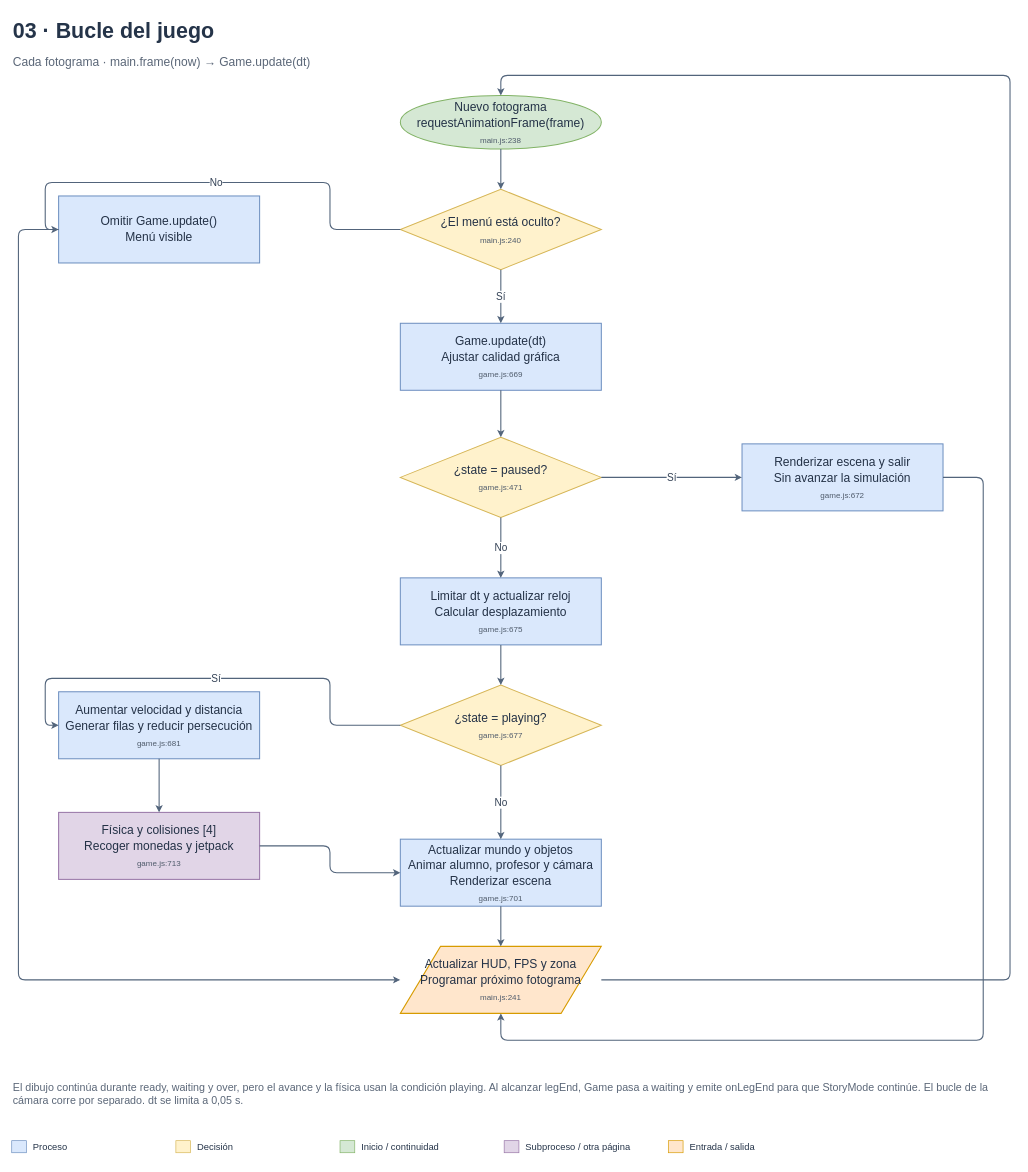
Earlier version of the draw.io diagram page "03 · Bucle del juego" (3 of 6) of docs/diagrama-flujo.drawio (SESELOVSKYDarian/SubwaySurferReal). Source tidied: cells renumbered, new cells numbered last; positions are measured from the earlier drawing's top-left corner, leaving out a move shared by most shapes. Both pictures are drawn from the tidied source at 67%, with x=0, y=0 at pixel (11, 11).
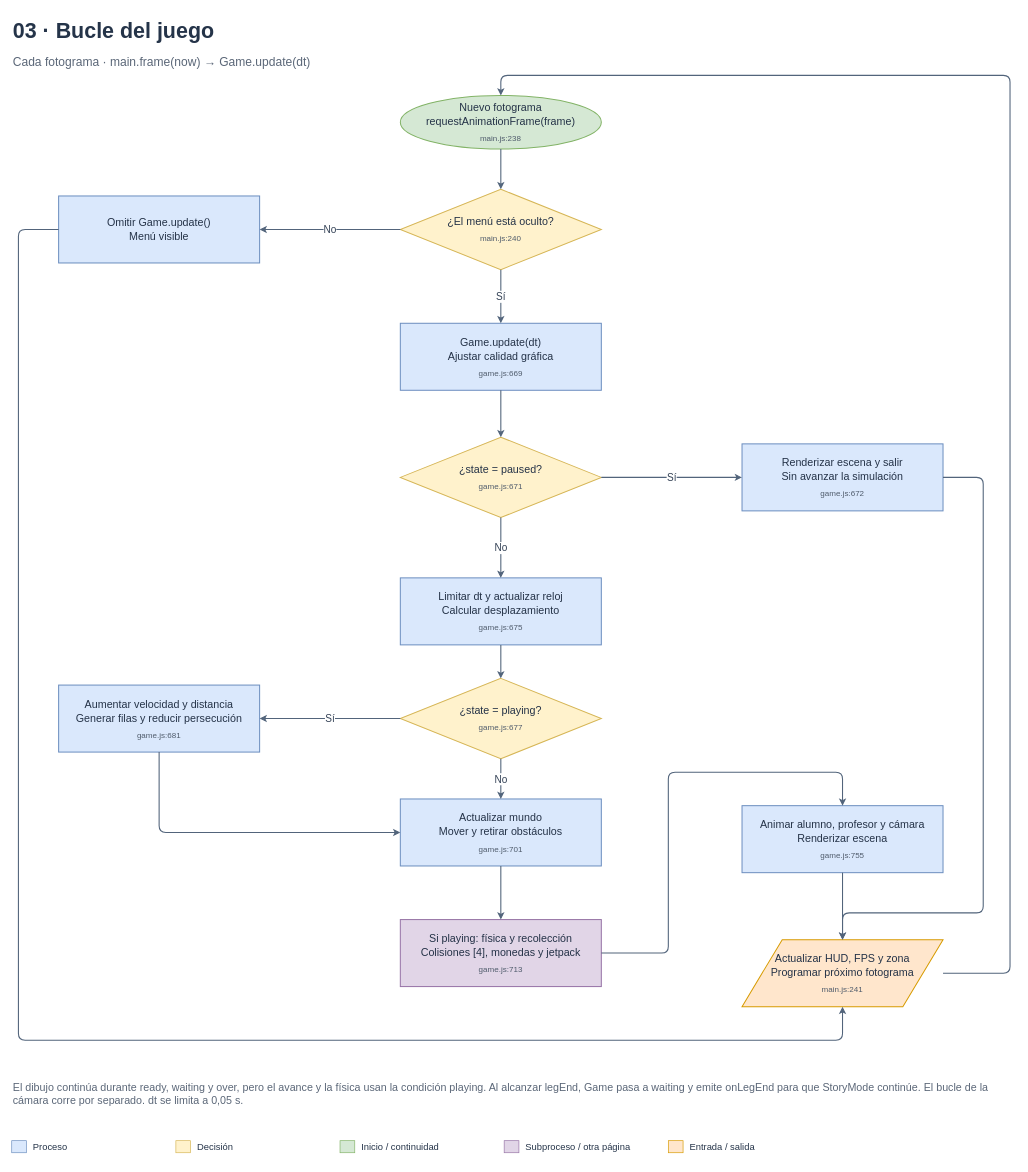
The same page after the edit.

Diff of the diagram source:
```diff
@@
-    <mxCell id="4" value="&lt;div style=&quot;font-size:18px;line-height:1.3&quot;&gt;Nuevo fotograma&lt;br&gt;requestAnimationFrame(frame)&lt;/div&gt;&lt;div style=&quot;font-size:12px;color:#4f5b6b;margin-top:7px&quot;&gt;main.js:238&lt;/div&gt;" style="ellipse;whiteSpace=wrap;html=1;fillColor=#d5e8d4;strokeColor=#82b366;strokeWidth=1.5;fontFamily=Helvetica;fontSize=18;fontColor=#243247;spacing=10;" parent="1" vertex="1">
+    <mxCell id="4" value="&lt;div style=&quot;font-size:16px;line-height:1.3&quot;&gt;Nuevo fotograma&lt;br&gt;requestAnimationFrame(frame)&lt;/div&gt;&lt;div style=&quot;font-size:12px;color:#4f5b6b;margin-top:7px&quot;&gt;main.js:238&lt;/div&gt;" style="ellipse;whiteSpace=wrap;html=1;fillColor=#d5e8d4;strokeColor=#82b366;strokeWidth=1.5;fontFamily=Helvetica;fontSize=18;fontColor=#243247;spacing=10;" parent="1" vertex="1">
       <mxGeometry x="580" y="125" width="300" height="80" as="geometry" />
     </mxCell>
-    <mxCell id="5" value="&lt;div style=&quot;font-size:18px;line-height:1.3&quot;&gt;¿El menú está oculto?&lt;/div&gt;&lt;div style=&quot;font-size:12px;color:#4f5b6b;margin-top:7px&quot;&gt;main.js:240&lt;/div&gt;" style="rhombus;whiteSpace=wrap;html=1;fillColor=#fff2cc;strokeColor=#d6b656;strokeWidth=1.5;fontFamily=Helvetica;fontSize=18;fontColor=#243247;spacing=10;" parent="1" vertex="1">
+    <mxCell id="5" value="&lt;div style=&quot;font-size:16px;line-height:1.3&quot;&gt;¿El menú está oculto?&lt;/div&gt;&lt;div style=&quot;font-size:12px;color:#4f5b6b;margin-top:7px&quot;&gt;main.js:240&lt;/div&gt;" style="rhombus;whiteSpace=wrap;html=1;fillColor=#fff2cc;strokeColor=#d6b656;strokeWidth=1.5;fontFamily=Helvetica;fontSize=18;fontColor=#243247;spacing=10;" parent="1" vertex="1">
       <mxGeometry x="580" y="265" width="300" height="120" as="geometry" />
     </mxCell>
-    <mxCell id="6" value="&lt;div style=&quot;font-size:18px;line-height:1.3&quot;&gt;Omitir Game.update()&lt;br&gt;Menú visible&lt;/div&gt;" style="rounded=0;whiteSpace=wrap;html=1;fillColor=#dae8fc;strokeColor=#6c8ebf;strokeWidth=1.5;fontFamily=Helvetica;fontSize=18;fontColor=#243247;spacing=10;" parent="1" vertex="1">
+    <mxCell id="6" value="&lt;div style=&quot;font-size:16px;line-height:1.3&quot;&gt;Omitir Game.update()&lt;br&gt;Menú visible&lt;/div&gt;" style="rounded=0;whiteSpace=wrap;html=1;fillColor=#dae8fc;strokeColor=#6c8ebf;strokeWidth=1.5;fontFamily=Helvetica;fontSize=18;fontColor=#243247;spacing=10;" parent="1" vertex="1">
       <mxGeometry x="70" y="275" width="300" height="100" as="geometry" />
     </mxCell>
-    <mxCell id="7" value="&lt;div style=&quot;font-size:18px;line-height:1.3&quot;&gt;Game.update(dt)&lt;br&gt;Ajustar calidad gráfica&lt;/div&gt;&lt;div style=&quot;font-size:12px;color:#4f5b6b;margin-top:7px&quot;&gt;game.js:669&lt;/div&gt;" style="rounded=0;whiteSpace=wrap;html=1;fillColor=#dae8fc;strokeColor=#6c8ebf;strokeWidth=1.5;fontFamily=Helvetica;fontSize=18;fontColor=#243247;spacing=10;" parent="1" vertex="1">
+    <mxCell id="7" value="&lt;div style=&quot;font-size:16px;line-height:1.3&quot;&gt;Game.update(dt)&lt;br&gt;Ajustar calidad gráfica&lt;/div&gt;&lt;div style=&quot;font-size:12px;color:#4f5b6b;margin-top:7px&quot;&gt;game.js:669&lt;/div&gt;" style="rounded=0;whiteSpace=wrap;html=1;fillColor=#dae8fc;strokeColor=#6c8ebf;strokeWidth=1.5;fontFamily=Helvetica;fontSize=18;fontColor=#243247;spacing=10;" parent="1" vertex="1">
       <mxGeometry x="580" y="465" width="300" height="100" as="geometry" />
     </mxCell>
-    <mxCell id="8" value="&lt;div style=&quot;font-size:18px;line-height:1.3&quot;&gt;¿state = paused?&lt;/div&gt;&lt;div style=&quot;font-size:12px;color:#4f5b6b;margin-top:7px&quot;&gt;game.js:471&lt;/div&gt;" style="rhombus;whiteSpace=wrap;html=1;fillColor=#fff2cc;strokeColor=#d6b656;strokeWidth=1.5;fontFamily=Helvetica;fontSize=18;fontColor=#243247;spacing=10;" parent="1" vertex="1">
+    <mxCell id="8" value="&lt;div style=&quot;font-size:16px;line-height:1.3&quot;&gt;¿state = paused?&lt;/div&gt;&lt;div style=&quot;font-size:12px;color:#4f5b6b;margin-top:7px&quot;&gt;game.js:671&lt;/div&gt;" style="rhombus;whiteSpace=wrap;html=1;fillColor=#fff2cc;strokeColor=#d6b656;strokeWidth=1.5;fontFamily=Helvetica;fontSize=18;fontColor=#243247;spacing=10;" parent="1" vertex="1">
       <mxGeometry x="580" y="635" width="300" height="120" as="geometry" />
     </mxCell>
-    <mxCell id="9" value="&lt;div style=&quot;font-size:18px;line-height:1.3&quot;&gt;Renderizar escena y salir&lt;br&gt;Sin avanzar la simulación&lt;/div&gt;&lt;div style=&quot;font-size:12px;color:#4f5b6b;margin-top:7px&quot;&gt;game.js:672&lt;/div&gt;" style="rounded=0;whiteSpace=wrap;html=1;fillColor=#dae8fc;strokeColor=#6c8ebf;strokeWidth=1.5;fontFamily=Helvetica;fontSize=18;fontColor=#243247;spacing=10;" parent="1" vertex="1">
+    <mxCell id="9" value="&lt;div style=&quot;font-size:16px;line-height:1.3&quot;&gt;Renderizar escena y salir&lt;br&gt;Sin avanzar la simulación&lt;/div&gt;&lt;div style=&quot;font-size:12px;color:#4f5b6b;margin-top:7px&quot;&gt;game.js:672&lt;/div&gt;" style="rounded=0;whiteSpace=wrap;html=1;fillColor=#dae8fc;strokeColor=#6c8ebf;strokeWidth=1.5;fontFamily=Helvetica;fontSize=18;fontColor=#243247;spacing=10;" parent="1" vertex="1">
       <mxGeometry x="1090" y="645" width="300" height="100" as="geometry" />
     </mxCell>
-    <mxCell id="10" value="&lt;div style=&quot;font-size:18px;line-height:1.3&quot;&gt;Limitar dt y actualizar reloj&lt;br&gt;Calcular desplazamiento&lt;/div&gt;&lt;div style=&quot;font-size:12px;color:#4f5b6b;margin-top:7px&quot;&gt;game.js:675&lt;/div&gt;" style="rounded=0;whiteSpace=wrap;html=1;fillColor=#dae8fc;strokeColor=#6c8ebf;strokeWidth=1.5;fontFamily=Helvetica;fontSize=18;fontColor=#243247;spacing=10;" parent="1" vertex="1">
+    <mxCell id="10" value="&lt;div style=&quot;font-size:16px;line-height:1.3&quot;&gt;Limitar dt y actualizar reloj&lt;br&gt;Calcular desplazamiento&lt;/div&gt;&lt;div style=&quot;font-size:12px;color:#4f5b6b;margin-top:7px&quot;&gt;game.js:675&lt;/div&gt;" style="rounded=0;whiteSpace=wrap;html=1;fillColor=#dae8fc;strokeColor=#6c8ebf;strokeWidth=1.5;fontFamily=Helvetica;fontSize=18;fontColor=#243247;spacing=10;" parent="1" vertex="1">
       <mxGeometry x="580" y="845" width="300" height="100" as="geometry" />
     </mxCell>
-    <mxCell id="11" value="&lt;div style=&quot;font-size:18px;line-height:1.3&quot;&gt;¿state = playing?&lt;/div&gt;&lt;div style=&quot;font-size:12px;color:#4f5b6b;margin-top:7px&quot;&gt;game.js:677&lt;/div&gt;" style="rhombus;whiteSpace=wrap;html=1;fillColor=#fff2cc;strokeColor=#d6b656;strokeWidth=1.5;fontFamily=Helvetica;fontSize=18;fontColor=#243247;spacing=10;" parent="1" vertex="1">
-      <mxGeometry x="580" y="1005" width="300" height="120" as="geometry" />
+    <mxCell id="11" value="&lt;div style=&quot;font-size:16px;line-height:1.3&quot;&gt;¿state = playing?&lt;/div&gt;&lt;div style=&quot;font-size:12px;color:#4f5b6b;margin-top:7px&quot;&gt;game.js:677&lt;/div&gt;" style="rhombus;whiteSpace=wrap;html=1;fillColor=#fff2cc;strokeColor=#d6b656;strokeWidth=1.5;fontFamily=Helvetica;fontSize=18;fontColor=#243247;spacing=10;" parent="1" vertex="1">
+      <mxGeometry x="580" y="995" width="300" height="120" as="geometry" />
     </mxCell>
-    <mxCell id="12" value="&lt;div style=&quot;font-size:18px;line-height:1.3&quot;&gt;Aumentar velocidad y distancia&lt;br&gt;Generar filas y reducir persecución&lt;/div&gt;&lt;div style=&quot;font-size:12px;color:#4f5b6b;margin-top:7px&quot;&gt;game.js:681&lt;/div&gt;" style="rounded=0;whiteSpace=wrap;html=1;fillColor=#dae8fc;strokeColor=#6c8ebf;strokeWidth=1.5;fontFamily=Helvetica;fontSize=18;fontColor=#243247;spacing=10;" parent="1" vertex="1">
-      <mxGeometry x="70" y="1015" width="300" height="100" as="geometry" />
+    <mxCell id="12" value="&lt;div style=&quot;font-size:16px;line-height:1.3&quot;&gt;Aumentar velocidad y distancia&lt;br&gt;Generar filas y reducir persecución&lt;/div&gt;&lt;div style=&quot;font-size:12px;color:#4f5b6b;margin-top:7px&quot;&gt;game.js:681&lt;/div&gt;" style="rounded=0;whiteSpace=wrap;html=1;fillColor=#dae8fc;strokeColor=#6c8ebf;strokeWidth=1.5;fontFamily=Helvetica;fontSize=18;fontColor=#243247;spacing=10;" parent="1" vertex="1">
+      <mxGeometry x="70" y="1005" width="300" height="100" as="geometry" />
     </mxCell>
+    <mxCell id="42" value="&lt;div style=&quot;font-size:16px;line-height:1.3&quot;&gt;Actualizar mundo&lt;br&gt;Mover y retirar obstáculos&lt;/div&gt;&lt;div style=&quot;font-size:12px;color:#4f5b6b;margin-top:7px&quot;&gt;game.js:701&lt;/div&gt;" style="rounded=0;whiteSpace=wrap;html=1;fillColor=#dae8fc;strokeColor=#6c8ebf;strokeWidth=1.5;fontFamily=Helvetica;fontSize=18;fontColor=#243247;spacing=10;" parent="1" vertex="1">
+      <mxGeometry x="580" y="1175" width="300" height="100" as="geometry" />
+    </mxCell>
-    <mxCell id="13" value="&lt;div style=&quot;font-size:18px;line-height:1.3&quot;&gt;Física y colisiones [4]&lt;br&gt;Recoger monedas y jetpack&lt;/div&gt;&lt;div style=&quot;font-size:12px;color:#4f5b6b;margin-top:7px&quot;&gt;game.js:713&lt;/div&gt;" style="rounded=0;whiteSpace=wrap;html=1;fillColor=#e1d5e7;strokeColor=#9673a6;strokeWidth=1.5;fontFamily=Helvetica;fontSize=18;fontColor=#243247;spacing=10;" parent="1" vertex="1">
-      <mxGeometry x="70" y="1195" width="300" height="100" as="geometry" />
+    <mxCell id="13" value="&lt;div style=&quot;font-size:16px;line-height:1.3&quot;&gt;Si playing: física y recolección&lt;br&gt;Colisiones [4], monedas y jetpack&lt;/div&gt;&lt;div style=&quot;font-size:12px;color:#4f5b6b;margin-top:7px&quot;&gt;game.js:713&lt;/div&gt;" style="rounded=0;whiteSpace=wrap;html=1;fillColor=#e1d5e7;strokeColor=#9673a6;strokeWidth=1.5;fontFamily=Helvetica;fontSize=18;fontColor=#243247;spacing=10;" parent="1" vertex="1">
+      <mxGeometry x="580" y="1355" width="300" height="100" as="geometry" />
     </mxCell>
-    <mxCell id="14" value="&lt;div style=&quot;font-size:18px;line-height:1.3&quot;&gt;Actualizar mundo y objetos&lt;br&gt;Animar alumno, profesor y cámara&lt;br&gt;Renderizar escena&lt;/div&gt;&lt;div style=&quot;font-size:12px;color:#4f5b6b;margin-top:7px&quot;&gt;game.js:701&lt;/div&gt;" style="rounded=0;whiteSpace=wrap;html=1;fillColor=#dae8fc;strokeColor=#6c8ebf;strokeWidth=1.5;fontFamily=Helvetica;fontSize=18;fontColor=#243247;spacing=10;" parent="1" vertex="1">
-      <mxGeometry x="580" y="1235" width="300" height="100" as="geometry" />
+    <mxCell id="14" value="&lt;div style=&quot;font-size:16px;line-height:1.3&quot;&gt;Animar alumno, profesor y cámara&lt;br&gt;Renderizar escena&lt;/div&gt;&lt;div style=&quot;font-size:12px;color:#4f5b6b;margin-top:7px&quot;&gt;game.js:755&lt;/div&gt;" style="rounded=0;whiteSpace=wrap;html=1;fillColor=#dae8fc;strokeColor=#6c8ebf;strokeWidth=1.5;fontFamily=Helvetica;fontSize=18;fontColor=#243247;spacing=10;" parent="1" vertex="1">
+      <mxGeometry x="1090" y="1185" width="300" height="100" as="geometry" />
     </mxCell>
-    <mxCell id="15" value="&lt;div style=&quot;font-size:18px;line-height:1.3&quot;&gt;Actualizar HUD, FPS y zona&lt;br&gt;Programar próximo fotograma&lt;/div&gt;&lt;div style=&quot;font-size:12px;color:#4f5b6b;margin-top:7px&quot;&gt;main.js:241&lt;/div&gt;" style="shape=parallelogram;whiteSpace=wrap;html=1;fillColor=#ffe6cc;strokeColor=#d79b00;strokeWidth=1.5;fontFamily=Helvetica;fontSize=18;fontColor=#243247;spacing=10;" parent="1" vertex="1">
-      <mxGeometry x="580" y="1395" width="300" height="100" as="geometry" />
+    <mxCell id="15" value="&lt;div style=&quot;font-size:16px;line-height:1.3&quot;&gt;Actualizar HUD, FPS y zona&lt;br&gt;Programar próximo fotograma&lt;/div&gt;&lt;div style=&quot;font-size:12px;color:#4f5b6b;margin-top:7px&quot;&gt;main.js:241&lt;/div&gt;" style="shape=parallelogram;whiteSpace=wrap;html=1;fillColor=#ffe6cc;strokeColor=#d79b00;strokeWidth=1.5;fontFamily=Helvetica;fontSize=18;fontColor=#243247;spacing=10;" parent="1" vertex="1">
+      <mxGeometry x="1090" y="1385" width="300" height="100" as="geometry" />
     </mxCell>
@@
-    <mxCell id="17" value="No" style="edgeStyle=orthogonalEdgeStyle;rounded=1;jettySize=auto;html=1;endArrow=classic;endFill=1;strokeColor=#52647b;strokeWidth=1.6;fontFamily=Helvetica;fontSize=15;fontColor=#334155;labelBackgroundColor=#ffffff;exitX=0;exitY=0.5;entryX=0;entryY=0.5;" parent="1" edge="1" source="5" target="6">
+    <mxCell id="17" value="No" style="edgeStyle=orthogonalEdgeStyle;rounded=1;jettySize=auto;html=1;endArrow=classic;endFill=1;strokeColor=#52647b;strokeWidth=1.6;fontFamily=Helvetica;fontSize=15;fontColor=#334155;labelBackgroundColor=#ffffff;exitX=0;exitY=0.5;entryX=1;entryY=0.5;" parent="1" edge="1" source="5" target="6">
       <mxGeometry relative="1" as="geometry" />
     </mxCell>
@@
-    <mxCell id="23" value="Sí" style="edgeStyle=orthogonalEdgeStyle;rounded=1;jettySize=auto;html=1;endArrow=classic;endFill=1;strokeColor=#52647b;strokeWidth=1.6;fontFamily=Helvetica;fontSize=15;fontColor=#334155;labelBackgroundColor=#ffffff;exitX=0;exitY=0.5;entryX=0;entryY=0.5;" parent="1" edge="1" source="11" target="12">
+    <mxCell id="23" value="Sí" style="edgeStyle=orthogonalEdgeStyle;rounded=1;jettySize=auto;html=1;endArrow=classic;endFill=1;strokeColor=#52647b;strokeWidth=1.6;fontFamily=Helvetica;fontSize=15;fontColor=#334155;labelBackgroundColor=#ffffff;exitX=0;exitY=0.5;entryX=1;entryY=0.5;" parent="1" edge="1" source="11" target="12">
       <mxGeometry relative="1" as="geometry" />
     </mxCell>
-    <mxCell id="24" style="edgeStyle=orthogonalEdgeStyle;rounded=1;jettySize=auto;html=1;endArrow=classic;endFill=1;strokeColor=#52647b;strokeWidth=1.6;fontFamily=Helvetica;fontSize=15;fontColor=#334155;labelBackgroundColor=#ffffff;exitX=0.5;exitY=1;entryX=0.5;entryY=0;" parent="1" edge="1" source="12" target="13">
-      <mxGeometry relative="1" as="geometry" />
+    <mxCell id="24" style="edgeStyle=orthogonalEdgeStyle;rounded=1;jettySize=auto;html=1;endArrow=classic;endFill=1;strokeColor=#52647b;strokeWidth=1.6;fontFamily=Helvetica;fontSize=15;fontColor=#334155;labelBackgroundColor=#ffffff;exitX=0.5;exitY=1;entryX=0;entryY=0.5;" parent="1" edge="1" source="12" target="42">
+      <mxGeometry relative="1" as="geometry">
+        <Array as="points">
+          <mxPoint x="220" y="1225" />
+        </Array>
+      </mxGeometry>
     </mxCell>
-    <mxCell id="25" value="No" style="edgeStyle=orthogonalEdgeStyle;rounded=1;jettySize=auto;html=1;endArrow=classic;endFill=1;strokeColor=#52647b;strokeWidth=1.6;fontFamily=Helvetica;fontSize=15;fontColor=#334155;labelBackgroundColor=#ffffff;exitX=0.5;exitY=1;entryX=0.5;entryY=0;" parent="1" edge="1" source="11" target="14">
+    <mxCell id="25" value="No" style="edgeStyle=orthogonalEdgeStyle;rounded=1;jettySize=auto;html=1;endArrow=classic;endFill=1;strokeColor=#52647b;strokeWidth=1.6;fontFamily=Helvetica;fontSize=15;fontColor=#334155;labelBackgroundColor=#ffffff;exitX=0.5;exitY=1;entryX=0.5;entryY=0;" parent="1" edge="1" source="11" target="42">
       <mxGeometry relative="1" as="geometry" />
     </mxCell>
-    <mxCell id="26" style="edgeStyle=orthogonalEdgeStyle;rounded=1;jettySize=auto;html=1;endArrow=classic;endFill=1;strokeColor=#52647b;strokeWidth=1.6;fontFamily=Helvetica;fontSize=15;fontColor=#334155;labelBackgroundColor=#ffffff;exitX=1;exitY=0.5;entryX=0;entryY=0.5;" parent="1" edge="1" source="13" target="14">
+    <mxCell id="26" style="edgeStyle=orthogonalEdgeStyle;rounded=1;jettySize=auto;html=1;endArrow=classic;endFill=1;strokeColor=#52647b;strokeWidth=1.6;fontFamily=Helvetica;fontSize=15;fontColor=#334155;labelBackgroundColor=#ffffff;exitX=0.5;exitY=1;entryX=0.5;entryY=0;" parent="1" edge="1" source="42" target="13">
       <mxGeometry relative="1" as="geometry" />
     </mxCell>
-    <mxCell id="27" style="edgeStyle=orthogonalEdgeStyle;rounded=1;jettySize=auto;html=1;endArrow=classic;endFill=1;strokeColor=#52647b;strokeWidth=1.6;fontFamily=Helvetica;fontSize=15;fontColor=#334155;labelBackgroundColor=#ffffff;exitX=0.5;exitY=1;entryX=0.5;entryY=0;" parent="1" edge="1" source="14" target="15">
-      <mxGeometry relative="1" as="geometry" />
+    <mxCell id="27" style="edgeStyle=orthogonalEdgeStyle;rounded=1;jettySize=auto;html=1;endArrow=classic;endFill=1;strokeColor=#52647b;strokeWidth=1.6;fontFamily=Helvetica;fontSize=15;fontColor=#334155;labelBackgroundColor=#ffffff;exitX=1;exitY=0.5;entryX=0.5;entryY=0;" parent="1" edge="1" source="13" target="14">
+      <mxGeometry relative="1" as="geometry">
+        <Array as="points">
+          <mxPoint x="980" y="1405" />
+          <mxPoint x="980" y="1135" />
+          <mxPoint x="1240" y="1135" />
+        </Array>
+      </mxGeometry>
     </mxCell>
-    <mxCell id="28" style="edgeStyle=orthogonalEdgeStyle;rounded=1;jettySize=auto;html=1;endArrow=classic;endFill=1;strokeColor=#52647b;strokeWidth=1.6;fontFamily=Helvetica;fontSize=15;fontColor=#334155;labelBackgroundColor=#ffffff;exitX=1;exitY=0.5;entryX=0.5;entryY=1;" parent="1" edge="1" source="9" target="15">
-      <mxGeometry relative="1" as="geometry">
-        <Array as="points">
-          <mxPoint x="1450" y="695" />
-          <mxPoint x="1450" y="1535" />
-          <mxPoint x="730" y="1535" />
-        </Array>
-      </mxGeometry>
+    <mxCell id="28" style="edgeStyle=orthogonalEdgeStyle;rounded=1;jettySize=auto;html=1;endArrow=classic;endFill=1;strokeColor=#52647b;strokeWidth=1.6;fontFamily=Helvetica;fontSize=15;fontColor=#334155;labelBackgroundColor=#ffffff;exitX=0.5;exitY=1;entryX=0.5;entryY=0;" parent="1" edge="1" source="14" target="15">
+      <mxGeometry relative="1" as="geometry" />
     </mxCell>
-    <mxCell id="29" style="edgeStyle=orthogonalEdgeStyle;rounded=1;jettySize=auto;html=1;endArrow=classic;endFill=1;strokeColor=#52647b;strokeWidth=1.6;fontFamily=Helvetica;fontSize=15;fontColor=#334155;labelBackgroundColor=#ffffff;exitX=0;exitY=0.5;entryX=0;entryY=0.5;" parent="1" edge="1" source="6" target="15">
+    <mxCell id="29" style="edgeStyle=orthogonalEdgeStyle;rounded=1;jettySize=auto;html=1;endArrow=classic;endFill=1;strokeColor=#52647b;strokeWidth=1.6;fontFamily=Helvetica;fontSize=15;fontColor=#334155;labelBackgroundColor=#ffffff;exitX=1;exitY=0.5;entryX=0.5;entryY=0;" parent="1" edge="1" source="9" target="15">
       <mxGeometry relative="1" as="geometry">
         <Array as="points">
-          <mxPoint x="10" y="325" />
-          <mxPoint x="10" y="1445" />
+          <mxPoint x="1450" y="695" />
+          <mxPoint x="1450" y="1345" />
+          <mxPoint x="1240" y="1345" />
         </Array>
       </mxGeometry>
     </mxCell>
-    <mxCell id="30" style="edgeStyle=orthogonalEdgeStyle;rounded=1;jettySize=auto;html=1;endArrow=classic;endFill=1;strokeColor=#52647b;strokeWidth=1.6;fontFamily=Helvetica;fontSize=15;fontColor=#334155;labelBackgroundColor=#ffffff;exitX=1;exitY=0.5;entryX=0.5;entryY=0;" parent="1" edge="1" source="15" target="4">
+    <mxCell id="30" style="edgeStyle=orthogonalEdgeStyle;rounded=1;jettySize=auto;html=1;endArrow=classic;endFill=1;strokeColor=#52647b;strokeWidth=1.6;fontFamily=Helvetica;fontSize=15;fontColor=#334155;labelBackgroundColor=#ffffff;exitX=0;exitY=0.5;entryX=0.5;entryY=1;" parent="1" edge="1" source="6" target="15">
       <mxGeometry relative="1" as="geometry">
         <Array as="points">
-          <mxPoint x="1490" y="1445" />
-          <mxPoint x="1490" y="95" />
-          <mxPoint x="730" y="95" />
+          <mxPoint x="10" y="325" />
+          <mxPoint x="10" y="1535" />
+          <mxPoint x="1240" y="1535" />
         </Array>
       </mxGeometry>
     </mxCell>
+    <mxCell id="43" style="edgeStyle=orthogonalEdgeStyle;rounded=1;jettySize=auto;html=1;endArrow=classic;endFill=1;strokeColor=#52647b;strokeWidth=1.6;fontFamily=Helvetica;fontSize=15;fontColor=#334155;labelBackgroundColor=#ffffff;exitX=1;exitY=0.5;entryX=0.5;entryY=0;" parent="1" edge="1" source="15" target="4">
+      <mxGeometry relative="1" as="geometry">
+        <Array as="points">
+          <mxPoint x="1490" y="1435" />
+          <mxPoint x="1490" y="95" />
+          <mxPoint x="730" y="95" />
+        </Array>
+      </mxGeometry>
+    </mxCell>
```
